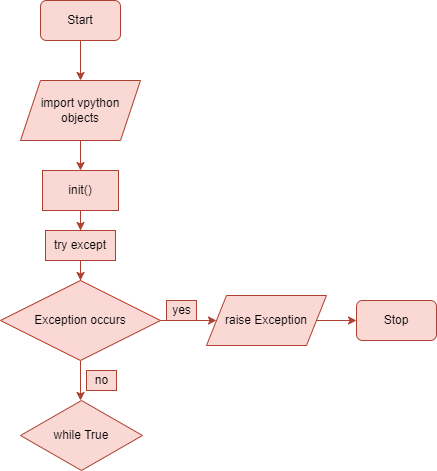
This is flowchart.drawio.png from AbstractNucleus/Jetpack, a draw.io export, as it was before one commit. Source tidied: cells renumbered, new cells last; positions are measured from the earlier drawing's top-left corner, leaving out a move shared by most shapes.
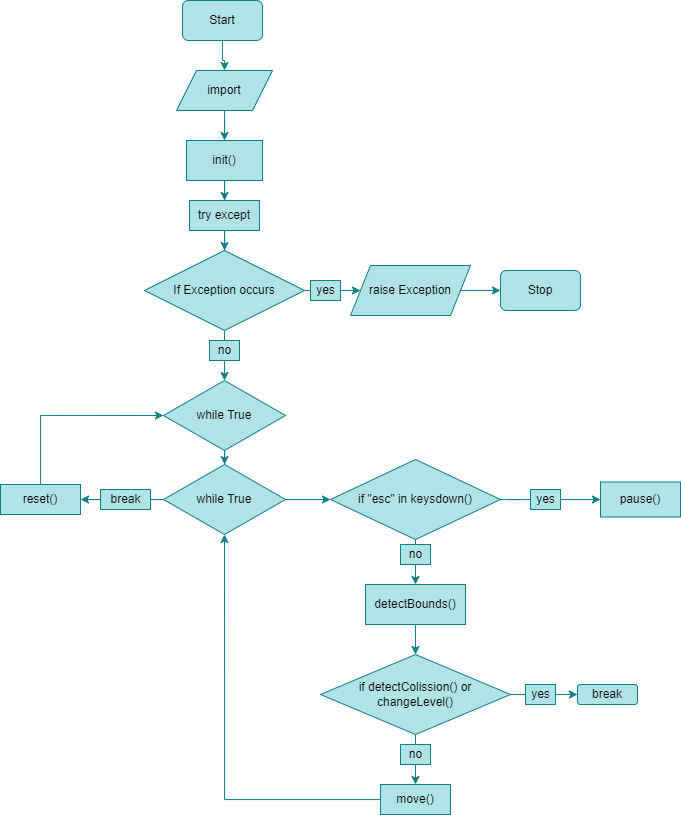
The same file after the commit.

What changed in the source:
```diff
@@ -2,60 +2,137 @@
   <root>
     <mxCell id="0" />
     <mxCell id="1" parent="0" />
-    <mxCell id="2" style="edgeStyle=orthogonalEdgeStyle;rounded=0;jettySize=auto;html=1;entryX=0.5;entryY=0;entryDx=0;entryDy=0;fillColor=#fad9d5;strokeColor=#ae4132;" parent="1" edge="1" source="3" target="5">
+    <mxCell id="2" style="edgeStyle=orthogonalEdgeStyle;rounded=0;jettySize=auto;html=1;entryX=0.5;entryY=0;entryDx=0;entryDy=0;fillColor=#b0e3e6;strokeColor=#0e8088;" parent="1" edge="1" source="3" target="5">
       <mxGeometry relative="1" as="geometry" />
     </mxCell>
-    <mxCell id="3" value="Start" style="rounded=1;whiteSpace=wrap;html=1;fillColor=#fad9d5;strokeColor=#ae4132;" parent="1" vertex="1">
-      <mxGeometry x="40" width="80" height="40" as="geometry" />
+    <mxCell id="3" value="Start" style="rounded=1;whiteSpace=wrap;html=1;fillColor=#b0e3e6;strokeColor=#0e8088;" parent="1" vertex="1">
+      <mxGeometry x="38" y="30" width="80" height="40" as="geometry" />
     </mxCell>
-    <mxCell id="4" style="edgeStyle=orthogonalEdgeStyle;rounded=0;jettySize=auto;html=1;entryX=0.5;entryY=0;entryDx=0;entryDy=0;fontSize=12;fillColor=#fad9d5;strokeColor=#ae4132;" parent="1" edge="1" source="5" target="7">
+    <mxCell id="4" style="edgeStyle=orthogonalEdgeStyle;rounded=0;jettySize=auto;html=1;entryX=0.5;entryY=0;entryDx=0;entryDy=0;fontSize=12;fillColor=#b0e3e6;strokeColor=#0e8088;" parent="1" edge="1" source="5" target="7">
       <mxGeometry relative="1" as="geometry" />
     </mxCell>
-    <mxCell id="5" value="import vpython objects" style="shape=parallelogram;perimeter=parallelogramPerimeter;whiteSpace=wrap;html=1;fixedSize=1;fillColor=#fad9d5;strokeColor=#ae4132;" parent="1" vertex="1">
-      <mxGeometry x="20" y="80" width="120" height="60" as="geometry" />
+    <mxCell id="5" value="import" style="shape=parallelogram;perimeter=parallelogramPerimeter;whiteSpace=wrap;html=1;fixedSize=1;fillColor=#b0e3e6;strokeColor=#0e8088;" parent="1" vertex="1">
+      <mxGeometry x="32" y="100" width="96" height="40" as="geometry" />
     </mxCell>
-    <mxCell id="6" style="edgeStyle=orthogonalEdgeStyle;rounded=0;jettySize=auto;html=1;fontSize=12;fillColor=#fad9d5;strokeColor=#ae4132;" parent="1" edge="1" source="7" target="9">
+    <mxCell id="6" style="edgeStyle=orthogonalEdgeStyle;rounded=0;jettySize=auto;html=1;fontSize=12;fillColor=#b0e3e6;strokeColor=#0e8088;" parent="1" edge="1" source="7" target="9">
       <mxGeometry relative="1" as="geometry" />
     </mxCell>
-    <mxCell id="7" value="&lt;font style=&quot;font-size: 12px;&quot;&gt;init()&lt;/font&gt;" style="rounded=0;whiteSpace=wrap;html=1;labelBackgroundColor=#23272E00;fontSize=11;fillColor=#fad9d5;strokeColor=#ae4132;" parent="1" vertex="1">
+    <mxCell id="7" value="&lt;font style=&quot;font-size: 12px;&quot;&gt;init()&lt;/font&gt;" style="rounded=0;whiteSpace=wrap;html=1;labelBackgroundColor=#23272E00;fontSize=11;fillColor=#b0e3e6;strokeColor=#0e8088;" parent="1" vertex="1">
       <mxGeometry x="42" y="170" width="76" height="40" as="geometry" />
     </mxCell>
-    <mxCell id="8" style="edgeStyle=orthogonalEdgeStyle;rounded=0;jettySize=auto;html=1;fontSize=12;fillColor=#fad9d5;strokeColor=#ae4132;" parent="1" edge="1" source="9" target="12">
+    <mxCell id="8" style="edgeStyle=orthogonalEdgeStyle;rounded=0;jettySize=auto;html=1;fontSize=12;fillColor=#b0e3e6;strokeColor=#0e8088;" parent="1" edge="1" source="9" target="12">
       <mxGeometry relative="1" as="geometry" />
     </mxCell>
-    <mxCell id="9" value="try except" style="rounded=0;whiteSpace=wrap;html=1;labelBackgroundColor=#23272E00;fontSize=12;fillColor=#fad9d5;strokeColor=#ae4132;" parent="1" vertex="1">
+    <mxCell id="9" value="try except" style="rounded=0;whiteSpace=wrap;html=1;labelBackgroundColor=#23272E00;fontSize=12;fillColor=#b0e3e6;strokeColor=#0e8088;" parent="1" vertex="1">
       <mxGeometry x="45" y="230" width="70" height="30" as="geometry" />
     </mxCell>
-    <mxCell id="10" style="edgeStyle=orthogonalEdgeStyle;rounded=0;jettySize=auto;html=1;fontSize=12;fillColor=#fad9d5;strokeColor=#ae4132;" parent="1" edge="1" source="12">
+    <mxCell id="10" style="edgeStyle=orthogonalEdgeStyle;rounded=0;jettySize=auto;html=1;fontSize=12;fillColor=#b0e3e6;strokeColor=#0e8088;" parent="1" edge="1" source="12">
       <mxGeometry relative="1" as="geometry">
         <mxPoint x="216" y="320" as="targetPoint" />
       </mxGeometry>
     </mxCell>
-    <mxCell id="11" style="edgeStyle=orthogonalEdgeStyle;rounded=0;jettySize=auto;html=1;fontSize=12;fillColor=#fad9d5;strokeColor=#ae4132;" parent="1" edge="1" source="12">
-      <mxGeometry relative="1" as="geometry">
-        <mxPoint x="80" y="400" as="targetPoint" />
-      </mxGeometry>
+    <mxCell id="11" style="edgeStyle=orthogonalEdgeStyle;rounded=0;jettySize=auto;html=1;fontSize=12;fillColor=#b0e3e6;entryX=0.5;entryY=0;entryDx=0;entryDy=0;strokeColor=#0e8088;" parent="1" edge="1" source="12" target="18">
+      <mxGeometry relative="1" as="geometry" />
     </mxCell>
-    <mxCell id="12" value="Exception occurs" style="rhombus;whiteSpace=wrap;html=1;labelBackgroundColor=#23272E00;fontSize=12;fillColor=#fad9d5;strokeColor=#ae4132;" parent="1" vertex="1">
+    <mxCell id="12" value="If Exception occurs" style="rhombus;whiteSpace=wrap;html=1;labelBackgroundColor=#23272E00;fontSize=12;fillColor=#b0e3e6;strokeColor=#0e8088;" parent="1" vertex="1">
       <mxGeometry y="280" width="160" height="80" as="geometry" />
     </mxCell>
-    <mxCell id="13" value="yes" style="text;html=1;align=center;verticalAlign=middle;strokeColor=#ae4132;fillColor=#fad9d5;fontSize=12;" parent="1" vertex="1">
-      <mxGeometry x="166" y="300" width="30" height="20" as="geometry" />
+    <mxCell id="13" value="yes" style="text;html=1;align=center;verticalAlign=middle;fillColor=#b0e3e6;fontSize=12;strokeColor=#0e8088;" parent="1" vertex="1">
+      <mxGeometry x="166" y="310" width="30" height="20" as="geometry" />
     </mxCell>
-    <mxCell id="14" value="no" style="text;html=1;align=center;verticalAlign=middle;strokeColor=#ae4132;fillColor=#fad9d5;fontSize=12;" parent="1" vertex="1">
-      <mxGeometry x="86" y="370" width="30" height="20" as="geometry" />
+    <mxCell id="14" value="no" style="text;html=1;align=center;verticalAlign=middle;fillColor=#b0e3e6;fontSize=12;strokeColor=#0e8088;" parent="1" vertex="1">
+      <mxGeometry x="65" y="370" width="30" height="20" as="geometry" />
     </mxCell>
-    <mxCell id="15" style="edgeStyle=orthogonalEdgeStyle;rounded=0;jettySize=auto;html=1;entryX=0;entryY=0.5;entryDx=0;entryDy=0;fontSize=12;fillColor=#fad9d5;strokeColor=#ae4132;" parent="1" edge="1" source="16" target="17">
+    <mxCell id="15" style="edgeStyle=orthogonalEdgeStyle;rounded=0;jettySize=auto;html=1;entryX=0;entryY=0.5;entryDx=0;entryDy=0;fontSize=12;fillColor=#b0e3e6;strokeColor=#0e8088;" parent="1" edge="1" source="16" target="17">
       <mxGeometry relative="1" as="geometry" />
     </mxCell>
-    <mxCell id="16" value="raise Exception" style="shape=parallelogram;perimeter=parallelogramPerimeter;whiteSpace=wrap;html=1;fixedSize=1;labelBackgroundColor=#23272E00;fontSize=12;fillColor=#fad9d5;strokeColor=#ae4132;" parent="1" vertex="1">
+    <mxCell id="16" value="raise Exception" style="shape=parallelogram;perimeter=parallelogramPerimeter;whiteSpace=wrap;html=1;fixedSize=1;labelBackgroundColor=#23272E00;fontSize=12;fillColor=#b0e3e6;strokeColor=#0e8088;" parent="1" vertex="1">
       <mxGeometry x="206" y="295" width="120" height="50" as="geometry" />
     </mxCell>
-    <mxCell id="17" value="Stop" style="rounded=1;whiteSpace=wrap;html=1;fillColor=#fad9d5;strokeColor=#ae4132;" parent="1" vertex="1">
+    <mxCell id="17" value="Stop" style="rounded=1;whiteSpace=wrap;html=1;fillColor=#b0e3e6;strokeColor=#0e8088;" parent="1" vertex="1">
       <mxGeometry x="356" y="300" width="80" height="40" as="geometry" />
     </mxCell>
+    <mxCell id="19" style="edgeStyle=orthogonalEdgeStyle;rounded=0;jettySize=auto;html=1;entryX=0.5;entryY=0;entryDx=0;entryDy=0;exitX=0.5;exitY=1;exitDx=0;exitDy=0;startArrow=none;fillColor=#b0e3e6;strokeColor=#0e8088;" parent="1" edge="1" source="31" target="27">
+      <mxGeometry relative="1" as="geometry" />
+    </mxCell>
+    <mxCell id="20" style="edgeStyle=orthogonalEdgeStyle;rounded=0;jettySize=auto;html=1;fillColor=#b0e3e6;strokeColor=#0e8088;" parent="1" edge="1" source="18" target="40">
+      <mxGeometry relative="1" as="geometry" />
+    </mxCell>
-    <mxCell id="18" value="while True" style="rhombus;whiteSpace=wrap;html=1;labelBackgroundColor=#23272E00;fontSize=12;fillColor=#fad9d5;strokeColor=#ae4132;" parent="1" vertex="1">
-      <mxGeometry x="20" y="400" width="122" height="70" as="geometry" />
+    <mxCell id="18" value="while True" style="rhombus;whiteSpace=wrap;html=1;labelBackgroundColor=#23272E00;fontSize=12;fillColor=#b0e3e6;strokeColor=#0e8088;" parent="1" vertex="1">
+      <mxGeometry x="19" y="410" width="122" height="70" as="geometry" />
     </mxCell>
+    <mxCell id="21" style="edgeStyle=orthogonalEdgeStyle;rounded=0;jettySize=auto;html=1;startArrow=none;fillColor=#b0e3e6;strokeColor=#0e8088;" parent="1" edge="1" source="24" target="23">
+      <mxGeometry relative="1" as="geometry" />
+    </mxCell>
+    <mxCell id="22" value="if &quot;esc&quot; in keysdown()" style="rhombus;whiteSpace=wrap;html=1;fillColor=#b0e3e6;strokeColor=#0e8088;" parent="1" vertex="1">
+      <mxGeometry x="186" y="489" width="170" height="80" as="geometry" />
+    </mxCell>
+    <mxCell id="23" value="pause()" style="rounded=0;whiteSpace=wrap;html=1;fillColor=#b0e3e6;strokeColor=#0e8088;" parent="1" vertex="1">
+      <mxGeometry x="456" y="511.5" width="80" height="35" as="geometry" />
+    </mxCell>
+    <mxCell id="24" value="yes" style="text;html=1;align=center;verticalAlign=middle;points=[];fillColor=#b0e3e6;fontSize=12;strokeColor=#0e8088;" parent="1" vertex="1">
+      <mxGeometry x="386" y="519" width="30" height="20" as="geometry" />
+    </mxCell>
+    <mxCell id="25" style="edgeStyle=orthogonalEdgeStyle;rounded=0;jettySize=auto;html=1;endArrow=none;fillColor=#b0e3e6;strokeColor=#0e8088;" parent="1" edge="1" source="22" target="24">
+      <mxGeometry relative="1" as="geometry" />
+    </mxCell>
+    <mxCell id="26" style="edgeStyle=orthogonalEdgeStyle;rounded=0;jettySize=auto;html=1;entryX=0.5;entryY=0;entryDx=0;entryDy=0;fillColor=#b0e3e6;strokeColor=#0e8088;" parent="1" edge="1" source="27" target="30">
+      <mxGeometry relative="1" as="geometry" />
+    </mxCell>
+    <mxCell id="27" value="detectBounds()" style="rounded=0;whiteSpace=wrap;html=1;fillColor=#b0e3e6;strokeColor=#0e8088;" parent="1" vertex="1">
+      <mxGeometry x="221" y="614" width="100" height="40" as="geometry" />
+    </mxCell>
+    <mxCell id="28" style="edgeStyle=orthogonalEdgeStyle;rounded=0;jettySize=auto;html=1;entryX=0;entryY=0.5;entryDx=0;entryDy=0;fillColor=#b0e3e6;strokeColor=#0e8088;" parent="1" edge="1" source="30" target="33">
+      <mxGeometry relative="1" as="geometry" />
+    </mxCell>
+    <mxCell id="29" style="edgeStyle=orthogonalEdgeStyle;rounded=0;jettySize=auto;html=1;entryX=0.5;entryY=0;entryDx=0;entryDy=0;fillColor=#b0e3e6;strokeColor=#0e8088;" parent="1" edge="1" source="30" target="35">
+      <mxGeometry relative="1" as="geometry" />
+    </mxCell>
+    <mxCell id="30" value="if detectColission() or changeLevel()" style="rhombus;whiteSpace=wrap;html=1;fillColor=#b0e3e6;strokeColor=#0e8088;" parent="1" vertex="1">
+      <mxGeometry x="176" y="684" width="190" height="80" as="geometry" />
+    </mxCell>
+    <mxCell id="31" value="no" style="text;html=1;align=center;verticalAlign=middle;points=[];fillColor=#b0e3e6;fontSize=12;strokeColor=#0e8088;" parent="1" vertex="1">
+      <mxGeometry x="256" y="574" width="30" height="20" as="geometry" />
+    </mxCell>
+    <mxCell id="32" style="edgeStyle=orthogonalEdgeStyle;rounded=0;jettySize=auto;html=1;entryX=0.5;entryY=0;entryDx=0;entryDy=0;exitX=0.5;exitY=1;exitDx=0;exitDy=0;endArrow=none;fillColor=#b0e3e6;strokeColor=#0e8088;" parent="1" edge="1" source="22" target="31">
+      <mxGeometry relative="1" as="geometry" />
+    </mxCell>
+    <mxCell id="33" value="break" style="rounded=1;whiteSpace=wrap;html=1;fillColor=#b0e3e6;strokeColor=#0e8088;" parent="1" vertex="1">
+      <mxGeometry x="433" y="714" width="60" height="20" as="geometry" />
+    </mxCell>
+    <mxCell id="34" style="edgeStyle=orthogonalEdgeStyle;rounded=0;jettySize=auto;html=1;entryX=0.5;entryY=1;entryDx=0;entryDy=0;fillColor=#b0e3e6;strokeColor=#0e8088;" parent="1" edge="1" source="35" target="40">
+      <mxGeometry relative="1" as="geometry" />
+    </mxCell>
+    <mxCell id="35" value="move()" style="rounded=0;whiteSpace=wrap;html=1;fillColor=#b0e3e6;strokeColor=#0e8088;" parent="1" vertex="1">
+      <mxGeometry x="236" y="814" width="70" height="30" as="geometry" />
+    </mxCell>
+    <mxCell id="36" value="yes" style="text;html=1;align=center;verticalAlign=middle;fillColor=#b0e3e6;fontSize=12;strokeColor=#0e8088;" parent="1" vertex="1">
+      <mxGeometry x="381" y="714" width="30" height="20" as="geometry" />
+    </mxCell>
+    <mxCell id="37" value="no" style="text;html=1;align=center;verticalAlign=middle;fillColor=#b0e3e6;fontSize=12;strokeColor=#0e8088;" parent="1" vertex="1">
+      <mxGeometry x="256" y="774" width="30" height="20" as="geometry" />
+    </mxCell>
+    <mxCell id="38" style="edgeStyle=orthogonalEdgeStyle;rounded=0;jettySize=auto;html=1;entryX=0;entryY=0.5;entryDx=0;entryDy=0;fillColor=#b0e3e6;strokeColor=#0e8088;" parent="1" edge="1" source="40" target="22">
+      <mxGeometry relative="1" as="geometry" />
+    </mxCell>
+    <mxCell id="39" style="edgeStyle=orthogonalEdgeStyle;rounded=0;jettySize=auto;html=1;entryX=1;entryY=0.5;entryDx=0;entryDy=0;fillColor=#b0e3e6;strokeColor=#0e8088;" parent="1" edge="1" source="40" target="42">
+      <mxGeometry relative="1" as="geometry" />
+    </mxCell>
+    <mxCell id="40" value="while True" style="rhombus;whiteSpace=wrap;html=1;labelBackgroundColor=#23272E00;fontSize=12;fillColor=#b0e3e6;strokeColor=#0e8088;" parent="1" vertex="1">
+      <mxGeometry x="19" y="494" width="122" height="70" as="geometry" />
+    </mxCell>
+    <mxCell id="41" style="edgeStyle=orthogonalEdgeStyle;rounded=0;jettySize=auto;html=1;entryX=0;entryY=0.5;entryDx=0;entryDy=0;fillColor=#b0e3e6;strokeColor=#0e8088;" parent="1" edge="1" source="42" target="18">
+      <mxGeometry relative="1" as="geometry">
+        <Array as="points">
+          <mxPoint x="-104" y="445" />
+        </Array>
+      </mxGeometry>
+    </mxCell>
+    <mxCell id="42" value="reset()" style="rounded=0;whiteSpace=wrap;html=1;fillColor=#b0e3e6;strokeColor=#0e8088;" parent="1" vertex="1">
+      <mxGeometry x="-144" y="514" width="80" height="30" as="geometry" />
+    </mxCell>
+    <mxCell id="43" value="break" style="text;html=1;align=center;verticalAlign=middle;fillColor=#b0e3e6;fontSize=12;strokeColor=#0e8088;" parent="1" vertex="1">
+      <mxGeometry x="-44" y="519" width="50" height="20" as="geometry" />
+    </mxCell>
   </root>
 </mxGraphModel>
```
